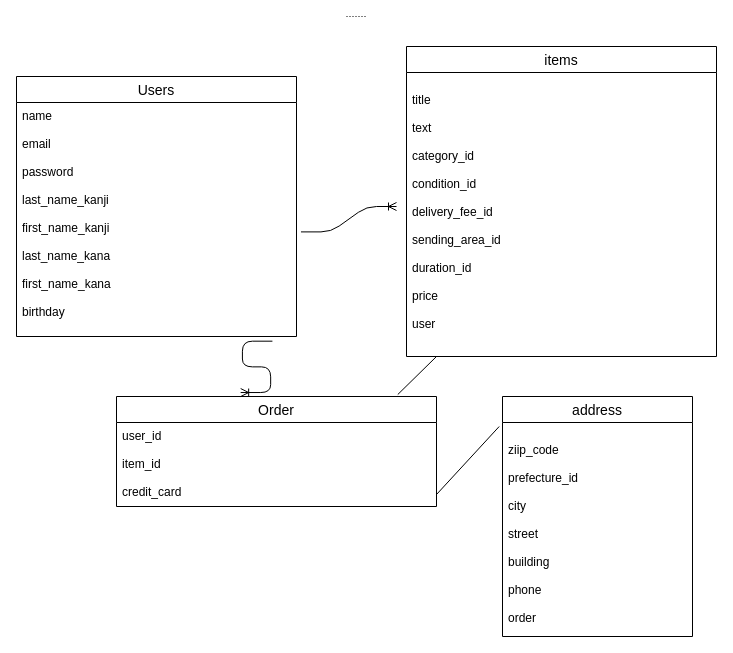
Earlier version of the draw.io diagram furima.dio (katooomi/furima-36235). Source tidied: cells renumbered, new cells numbered last; positions are measured from the earlier drawing's top-left corner, leaving out a move shared by most shapes. Both pictures are drawn from the tidied source at 100%, with x=0, y=0 at pixel (16, 16).
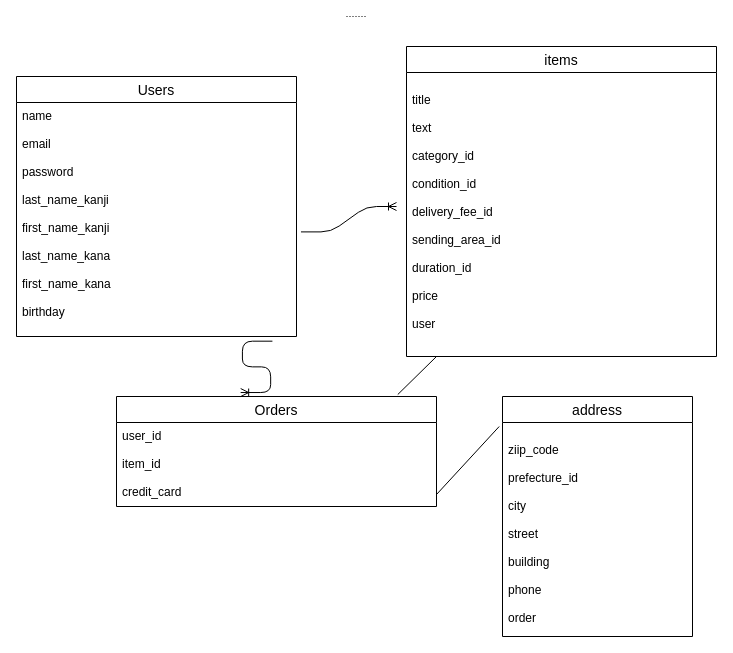
After the change.

Commit message (it also covers changes not shown here):
データ設計（修正５）

What changed in the source:
```diff
@@
 <mxGraphModel>
   <root>
     <mxCell id="0" />
     <mxCell id="1" parent="0" />
     <mxCell id="2" value="Users" style="swimlane;fontStyle=0;horizontal=1;startSize=26;align=center;fontSize=14;" parent="1" vertex="1">
       <mxGeometry y="60" width="280" height="260" as="geometry" />
     </mxCell>
     <mxCell id="3" value="name&#10;&#10;email&#10;&#10;password&#10;&#10;last_name_kanji&#10;&#10;first_name_kanji&#10;&#10;last_name_kana&#10;&#10;first_name_kana&#10;&#10;birthday&#10;&#10;" style="text;strokeColor=none;fillColor=none;spacingLeft=4;spacingRight=4;overflow=hidden;points=[[0,0.5],[1,0.5]];portConstraint=eastwest;fontSize=12;" parent="2" vertex="1">
       <mxGeometry y="26" width="280" height="234" as="geometry" />
     </mxCell>
     <mxCell id="4" value="items" style="swimlane;fontStyle=0;horizontal=1;startSize=26;align=center;fontSize=14;" parent="1" vertex="1">
       <mxGeometry x="390" y="30" width="310" height="310" as="geometry" />
     </mxCell>
     <mxCell id="5" value="&#10;title&#10;&#10;text&#10;&#10;category_id&#10;&#10;condition_id&#10;&#10;delivery_fee_id&#10;&#10;sending_area_id&#10;&#10;duration_id&#10;&#10;price&#10;&#10;user&#10;&#10;" style="text;strokeColor=none;fillColor=none;spacingLeft=4;spacingRight=4;overflow=hidden;fontSize=12;" parent="4" vertex="1">
       <mxGeometry y="26" width="310" height="284" as="geometry" />
     </mxCell>
-    <mxCell id="6" value="Order" style="swimlane;fontStyle=0;horizontal=1;startSize=26;align=center;fontSize=14;" parent="1" vertex="1">
+    <mxCell id="6" value="Orders" style="swimlane;fontStyle=0;horizontal=1;startSize=26;align=center;fontSize=14;" parent="1" vertex="1">
       <mxGeometry x="100" y="380" width="320" height="110" as="geometry" />
     </mxCell>
     <mxCell id="7" value="user_id&#10;&#10;item_id&#10;&#10;credit_card" style="text;strokeColor=none;fillColor=none;spacingLeft=4;spacingRight=4;overflow=hidden;fontSize=12;" parent="6" vertex="1">
       <mxGeometry y="26" width="320" height="84" as="geometry" />
     </mxCell>
     <mxCell id="8" value="address" style="swimlane;fontStyle=0;horizontal=1;startSize=26;align=center;fontSize=14;" parent="1" vertex="1">
       <mxGeometry x="486" y="380" width="190" height="240" as="geometry" />
     </mxCell>
     <mxCell id="9" value="&#10;ziip_code&#10;&#10;prefecture_id&#10;&#10;city&#10;&#10;street&#10;&#10;building&#10;&#10;phone&#10;&#10;order&#10;&#10;" style="text;strokeColor=none;fillColor=none;spacingLeft=4;spacingRight=4;overflow=hidden;fontSize=12;" parent="8" vertex="1">
       <mxGeometry y="26" width="190" height="214" as="geometry" />
     </mxCell>
     <mxCell id="10" style="edgeStyle=entityRelationEdgeStyle;fontSize=12;html=1;endArrow=ERoneToMany;exitX=1.016;exitY=0.553;exitDx=0;exitDy=0;exitPerimeter=0;" parent="1" edge="1" source="3">
       <mxGeometry relative="1" as="geometry">
         <mxPoint x="380" y="190" as="targetPoint" />
       </mxGeometry>
     </mxCell>
     <mxCell id="11" style="endArrow=none;html=1;rounded=0;exitX=0.879;exitY=-0.018;exitDx=0;exitDy=0;exitPerimeter=0;" parent="1" edge="1" source="6">
       <mxGeometry relative="1" as="geometry">
         <mxPoint x="420" y="340" as="targetPoint" />
       </mxGeometry>
     </mxCell>
     <mxCell id="12" style="edgeStyle=entityRelationEdgeStyle;fontSize=12;html=1;endArrow=ERoneToMany;entryX=0.388;entryY=-0.036;entryDx=0;entryDy=0;entryPerimeter=0;exitX=0.914;exitY=1.02;exitDx=0;exitDy=0;exitPerimeter=0;" parent="1" edge="1" source="3" target="6">
       <mxGeometry relative="1" as="geometry" />
     </mxCell>
     <mxCell id="13" style="endArrow=none;html=1;rounded=0;dashed=1;dashPattern=1 2;" parent="1" edge="1">
       <mxGeometry relative="1" as="geometry">
         <mxPoint x="330" as="sourcePoint" />
         <mxPoint x="350" as="targetPoint" />
       </mxGeometry>
     </mxCell>
     <mxCell id="14" style="endArrow=none;html=1;rounded=0;exitX=0.879;exitY=-0.018;exitDx=0;exitDy=0;exitPerimeter=0;" parent="1" edge="1">
       <mxGeometry relative="1" as="geometry">
         <mxPoint x="420" y="478" as="sourcePoint" />
         <mxPoint x="482.7" y="410" as="targetPoint" />
       </mxGeometry>
     </mxCell>
   </root>
 </mxGraphModel>
```
